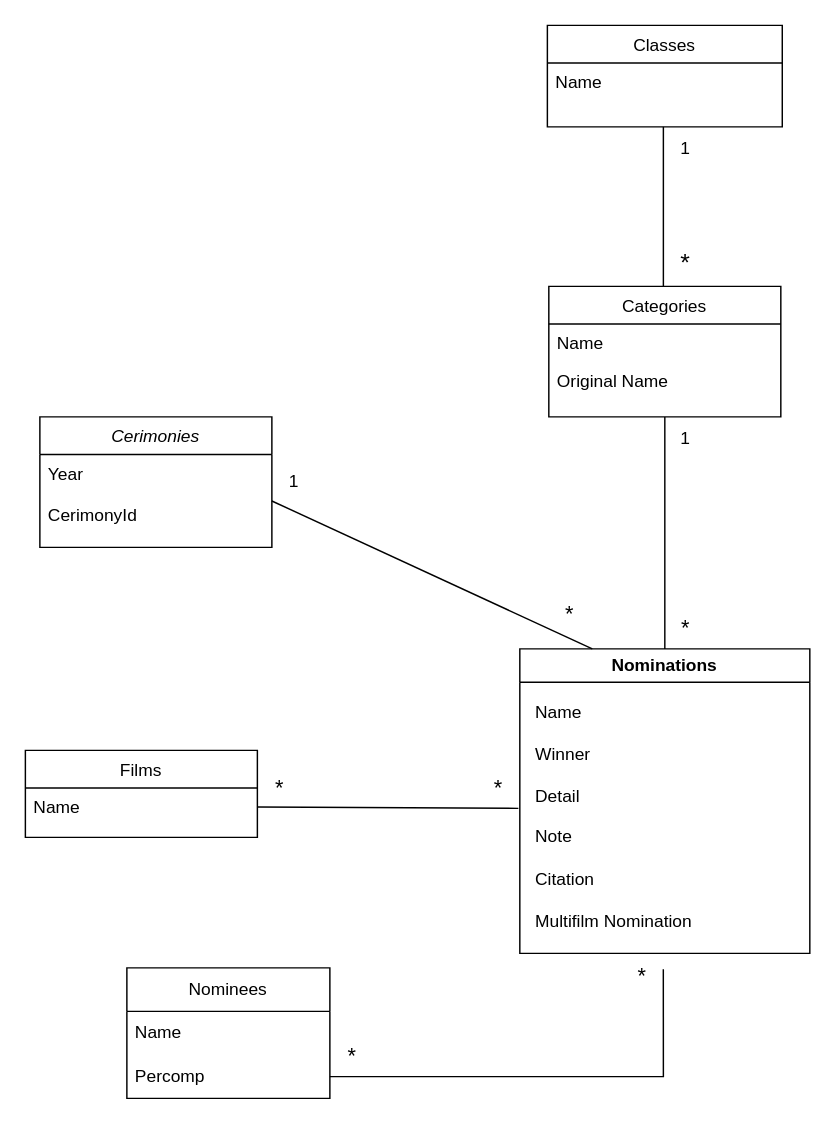
Above: uml.drawio in QuAleAcEna/PythonAppOscars (draw.io), before the change. Source tidied: cells renumbered, new cells numbered last; positions are measured from the earlier drawing's top-left corner, leaving out a move shared by most shapes. Both pictures are drawn from the tidied source at 145%, with x=0, y=0 at pixel (25, 25).
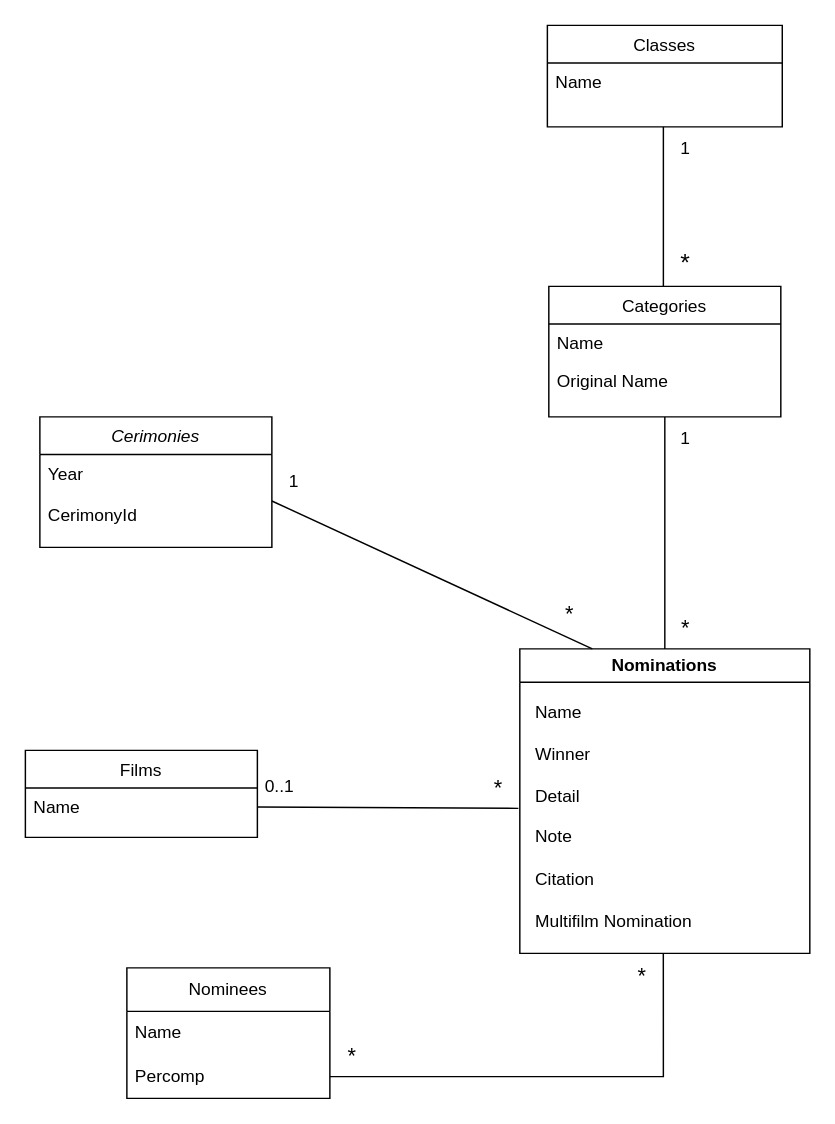
Above is the later version.

Unchanged cells that the change refers to:
```xml
<mxCell id="11" value="Nominations" style="swimlane;whiteSpace=wrap;html=1;" parent="1" vertex="1">
  <mxGeometry x="341" y="430" width="200" height="210" as="geometry" />
</mxCell>
```

The edit, as a diff of the source:
```diff
@@
-    <mxCell id="12" value="&lt;div&gt;Name&lt;/div&gt;&lt;div&gt;&lt;br&gt;&lt;/div&gt;&lt;div&gt;Winner&lt;/div&gt;&lt;div&gt;&lt;br&gt;&lt;/div&gt;&lt;div&gt;Detail&lt;/div&gt;&lt;div&gt;&lt;br&gt;&lt;/div&gt;&lt;div&gt;Note&lt;/div&gt;&lt;div&gt;&lt;br&gt;&lt;/div&gt;&lt;div&gt;Citation&lt;/div&gt;&lt;div&gt;&lt;br&gt;&lt;/div&gt;&lt;div&gt;Multifilm Nomination&lt;/div&gt;&lt;div&gt;&lt;br&gt;&lt;/div&gt;" style="text;html=1;align=left;verticalAlign=top;points=[];strokeColor=none;fillColor=none;" parent="11" vertex="1">
-      <mxGeometry x="9" y="30" width="130" height="190" as="geometry" />
-    </mxCell>
@@
-    <mxCell id="20" style="endArrow=none;html=1;rounded=0;exitX=1;exitY=0.5;exitDx=0;exitDy=0;entryX=0.692;entryY=1.005;entryDx=0;entryDy=0;entryPerimeter=0;" parent="1" edge="1" target="12">
+    <mxCell id="20" style="endArrow=none;html=1;rounded=0;exitX=1;exitY=0.5;exitDx=0;exitDy=0;entryX=0.692;entryY=0.947;entryDx=0;entryDy=0;entryPerimeter=0;" parent="1" edge="1" target="12">
       <mxGeometry relative="1" as="geometry">
         <mxPoint x="210" y="725" as="sourcePoint" />
         <Array as="points">
           <mxPoint x="440" y="725" />
         </Array>
       </mxGeometry>
     </mxCell>
-    <mxCell id="21" value="&lt;font style=&quot;font-size: 15px;&quot;&gt;*&lt;/font&gt;" style="text;html=1;align=center;verticalAlign=middle;strokeColor=none;fillColor=none;" parent="1" vertex="1">
-      <mxGeometry x="160" y="510" width="30" height="30" as="geometry" />
+    <mxCell id="21" value="0..1" style="text;html=1;align=center;verticalAlign=middle;strokeColor=none;fillColor=none;" parent="1" vertex="1">
+      <mxGeometry x="155" y="510" width="40" height="30" as="geometry" />
     </mxCell>
@@
+    <mxCell id="12" value="&lt;div&gt;Name&lt;/div&gt;&lt;div&gt;&lt;br&gt;&lt;/div&gt;&lt;div&gt;Winner&lt;/div&gt;&lt;div&gt;&lt;br&gt;&lt;/div&gt;&lt;div&gt;Detail&lt;/div&gt;&lt;div&gt;&lt;br&gt;&lt;/div&gt;&lt;div&gt;Note&lt;/div&gt;&lt;div&gt;&lt;br&gt;&lt;/div&gt;&lt;div&gt;Citation&lt;/div&gt;&lt;div&gt;&lt;br&gt;&lt;/div&gt;&lt;div&gt;Multifilm Nomination&lt;/div&gt;&lt;div&gt;&lt;br&gt;&lt;/div&gt;" style="text;html=1;align=left;verticalAlign=top;points=[];strokeColor=none;fillColor=none;" parent="1" vertex="1">
+      <mxGeometry x="350" y="460" width="130" height="190" as="geometry" />
+    </mxCell>
```
